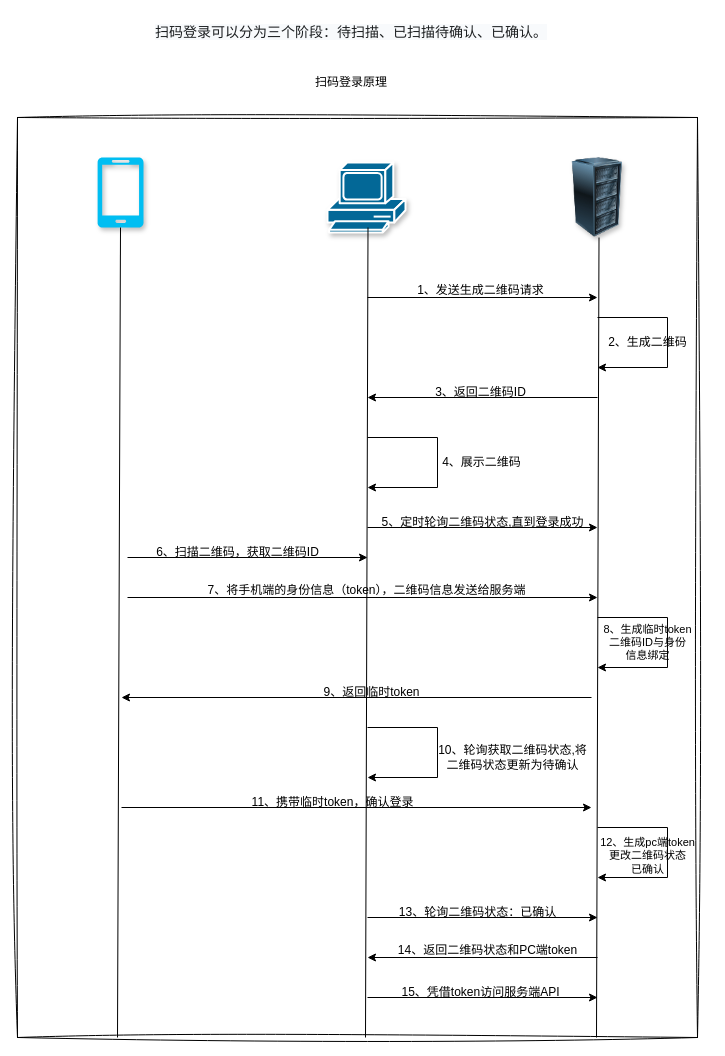
Earlier version of the draw.io diagram image-text/扫码登录原理.drawio (Rodert/javapub_oss). Source tidied: cells renumbered, new cells numbered last; positions are measured from the earlier drawing's top-left corner, leaving out a move shared by most shapes. Both pictures are drawn from the tidied source at 100%, with x=0, y=0 at pixel (17, 17).
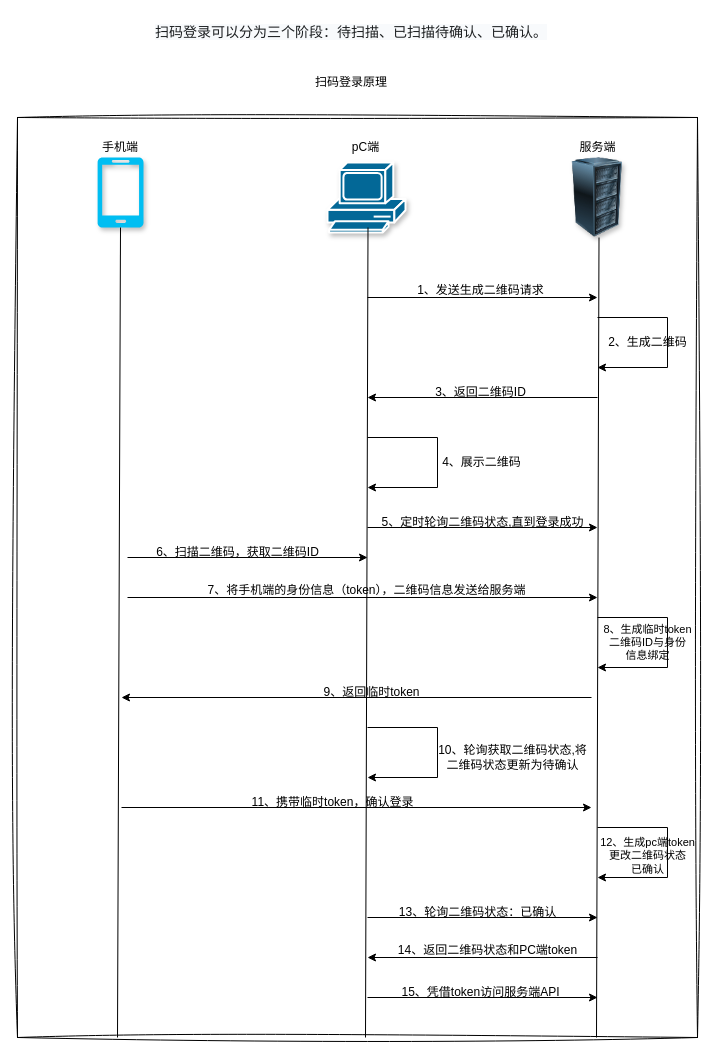
The same diagram, later.

Commit message (it also covers changes not shown here):
更新扫码登录原理.drawio

Change to the diagram source:
```diff
@@
+    <mxCell id="44" value="手机端" style="text;html=1;align=center;verticalAlign=middle;whiteSpace=wrap;rounded=0;fontFamily=Helvetica;" parent="1" vertex="1">
+      <mxGeometry x="73" y="115" width="60" height="30" as="geometry" />
+    </mxCell>
+    <mxCell id="45" value="pC端" style="text;html=1;align=center;verticalAlign=middle;strokeColor=none;fillColor=none;fontFamily=Helvetica;" parent="1" vertex="1">
+      <mxGeometry x="323" y="115" width="50" height="30" as="geometry" />
+    </mxCell>
+    <mxCell id="46" value="服务端" style="text;html=1;align=center;verticalAlign=middle;strokeColor=none;fillColor=none;fontFamily=Helvetica;" parent="1" vertex="1">
+      <mxGeometry x="550" y="115" width="60" height="30" as="geometry" />
+    </mxCell>
```
